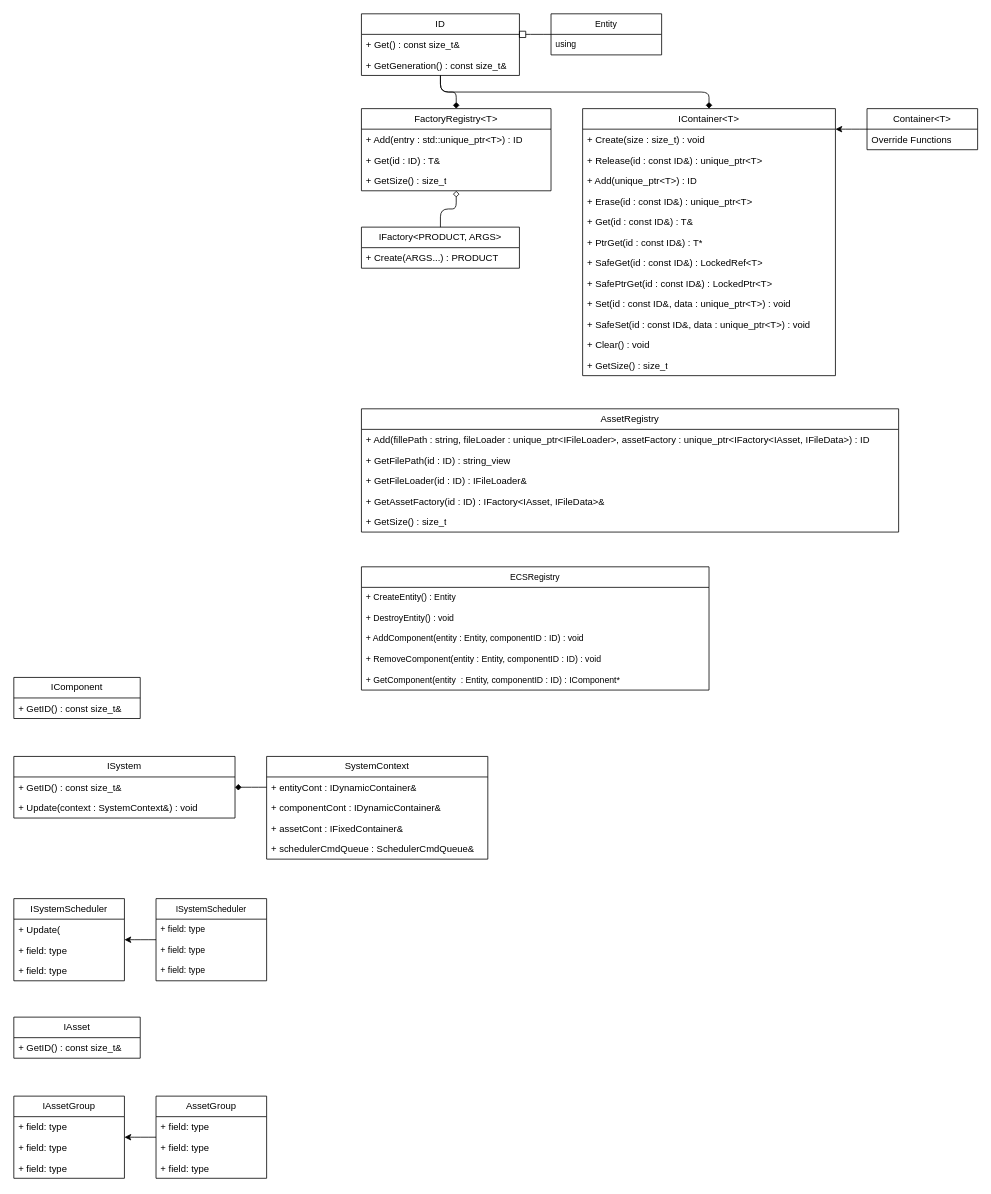
This is docs/class/class.drawio from Tanso-mct/riaecs, a draw.io file, before an edit. Source tidied: cells renumbered, new cells numbered last; positions are measured from the earlier drawing's top-left corner, leaving out a move shared by most shapes. Both pictures are drawn from the tidied source at 79%, with x=0, y=0 at pixel (13, 13).
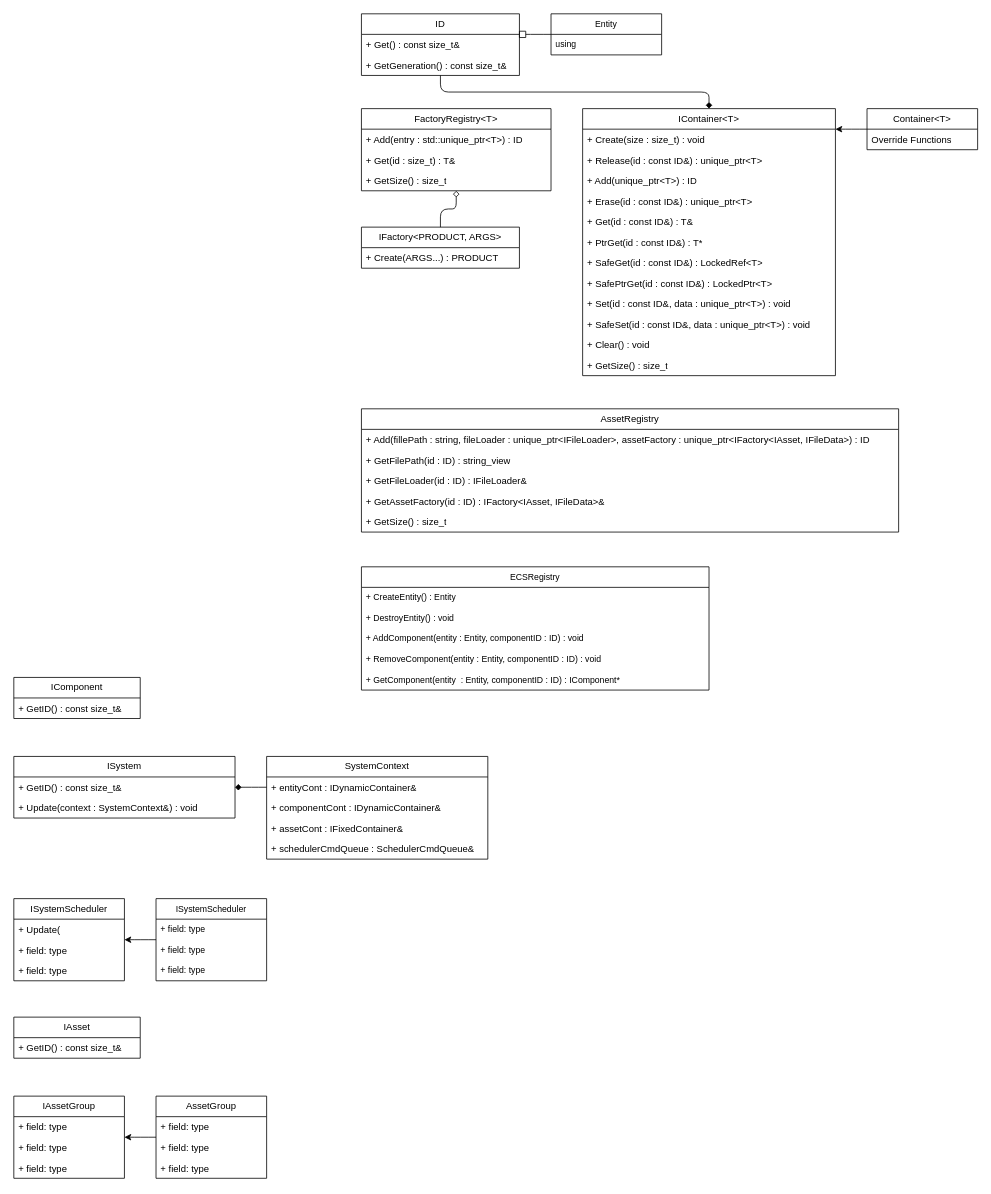
The same page after the edit.

Unchanged cells that the change refers to:
```xml
<mxCell id="2" value="FactoryRegistry&amp;lt;T&amp;gt;" style="swimlane;fontStyle=0;horizontal=1;startSize=26;fillColor=none;whiteSpace=wrap;html=1;" parent="1" vertex="1">
  <mxGeometry x="440" y="120" width="240" height="104" as="geometry" />
</mxCell>
<mxCell id="52" value="ID" style="swimlane;fontStyle=0;horizontal=1;startSize=26;fillColor=none;whiteSpace=wrap;html=1;" parent="1" vertex="1">
  <mxGeometry x="440" width="200" height="78" as="geometry" />
</mxCell>
```

Diff of the diagram source:
```diff
@@
-    <mxCell id="4" value="+ Get(id : ID) : T&amp;amp;" style="text;strokeColor=none;fillColor=none;align=left;verticalAlign=top;spacingLeft=4;spacingRight=4;overflow=hidden;whiteSpace=wrap;html=1;" parent="2" vertex="1">
+    <mxCell id="4" value="+ Get(id : size_t) : T&amp;amp;" style="text;strokeColor=none;fillColor=none;align=left;verticalAlign=top;spacingLeft=4;spacingRight=4;overflow=hidden;whiteSpace=wrap;html=1;" parent="2" vertex="1">
       <mxGeometry y="52" width="240" height="26" as="geometry" />
     </mxCell>
@@
-    <mxCell id="26" style="edgeStyle=elbowEdgeStyle;shape=connector;rounded=1;elbow=vertical;html=1;strokeColor=default;align=center;verticalAlign=middle;fontFamily=Helvetica;fontSize=11;fontColor=default;labelBackgroundColor=default;endArrow=diamond;endFill=1;" parent="1" edge="1" source="52" target="2">
-      <mxGeometry relative="1" as="geometry" />
-    </mxCell>
```
